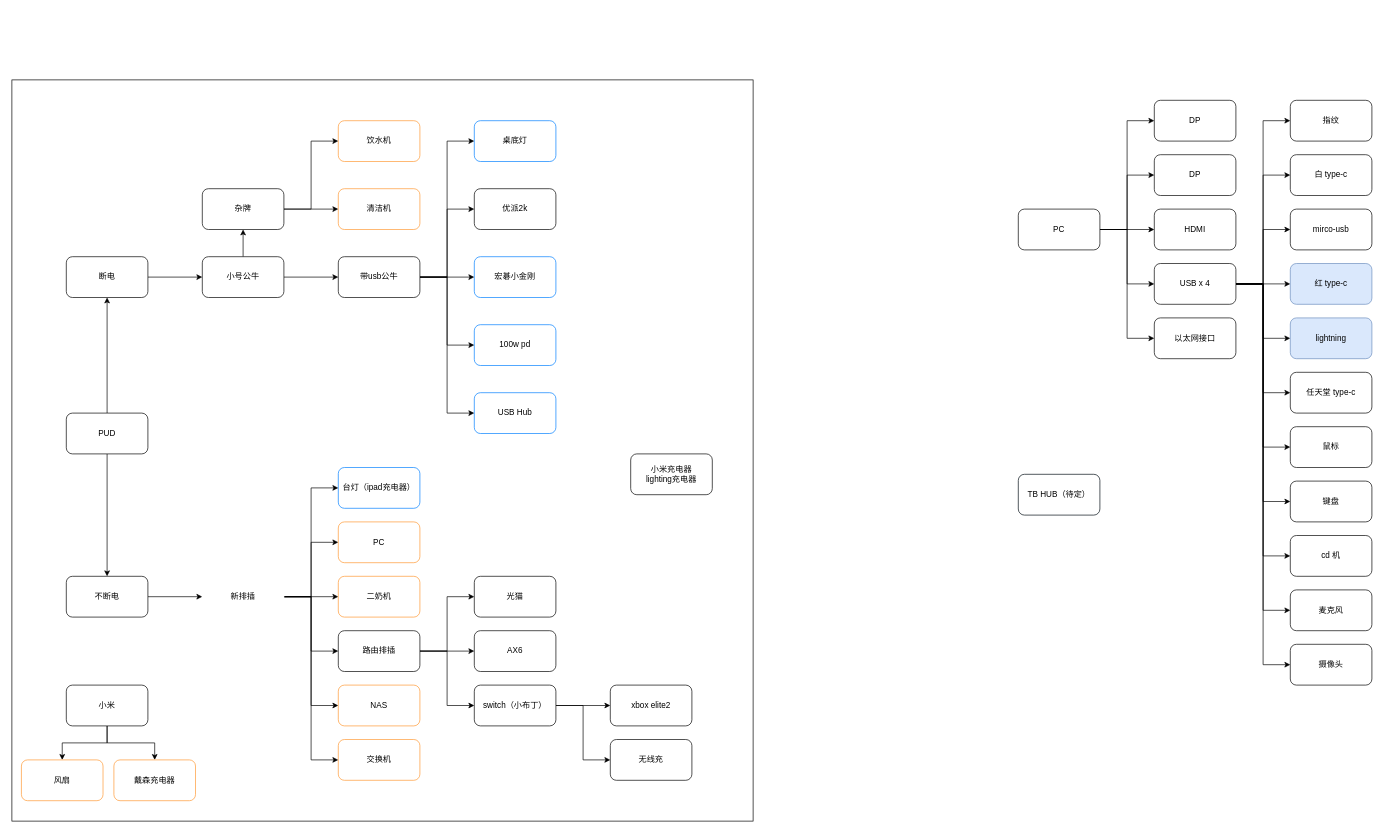
This is 电力改造.drawio from RekiDunois/ImagineThings, a draw.io file, before an edit. Source tidied: cells renumbered, new cells numbered last; positions are measured from the earlier drawing's top-left corner, leaving out a move shared by most shapes. Both pictures are drawn from the tidied source at 68%, with x=0, y=0 at pixel (12, 80).
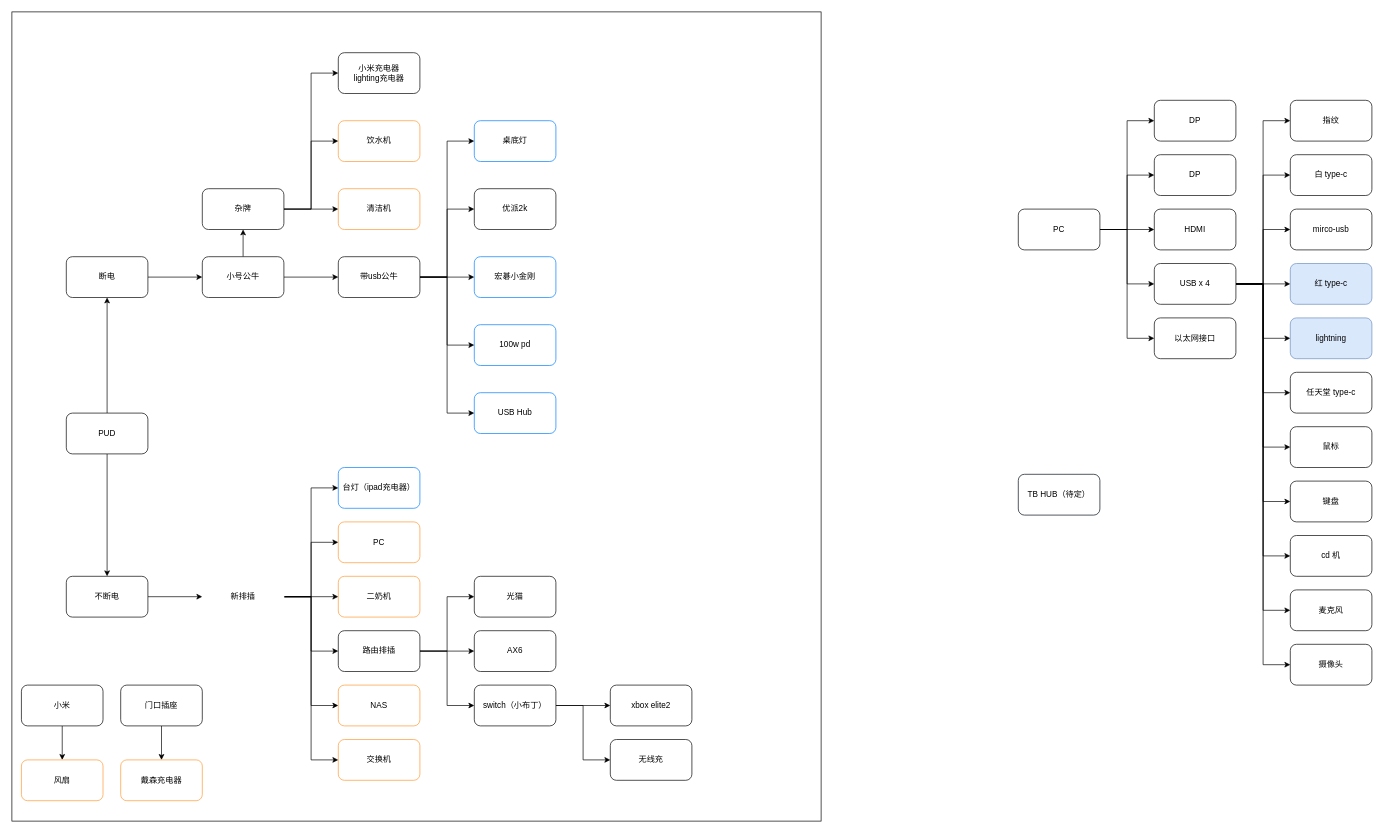
The same page after the edit.

Unchanged cells that the change refers to:
```xml
<mxCell id="22" value="杂牌" style="whiteSpace=wrap;html=1;rounded=1;" parent="1" vertex="1">
  <mxGeometry x="280" y="160" width="120" height="60" as="geometry" />
</mxCell>
```

What changed in the source:
```diff
@@
     <mxCell id="2" style="whiteSpace=wrap;html=1;fillColor=none;" parent="1" vertex="1">
-      <mxGeometry width="1090" height="1090" as="geometry" />
+      <mxGeometry y="-100" width="1190" height="1190" as="geometry" />
     </mxCell>
@@
+    <mxCell id="92" style="edgeStyle=orthogonalEdgeStyle;rounded=0;jettySize=auto;html=1;entryX=0;entryY=0.5;entryDx=0;entryDy=0;" parent="1" edge="1" source="22" target="72">
+      <mxGeometry relative="1" as="geometry" />
+    </mxCell>
@@
-    <mxCell id="24" style="edgeStyle=orthogonalEdgeStyle;rounded=0;jettySize=auto;html=1;entryX=0.5;entryY=0;entryDx=0;entryDy=0;" parent="1" edge="1" source="25" target="35">
-      <mxGeometry relative="1" as="geometry" />
-    </mxCell>
     <mxCell id="25" value="小米" style="whiteSpace=wrap;html=1;rounded=1;" parent="1" vertex="1">
-      <mxGeometry x="80" y="890" width="120" height="60" as="geometry" />
+      <mxGeometry x="14" y="890" width="120" height="60" as="geometry" />
     </mxCell>
@@
     <mxCell id="35" value="戴森充电器" style="whiteSpace=wrap;html=1;rounded=1;strokeColor=#FF9933;" parent="1" vertex="1">
-      <mxGeometry x="150" y="1000" width="120" height="60" as="geometry" />
+      <mxGeometry x="160" y="1000" width="120" height="60" as="geometry" />
     </mxCell>
@@
     <mxCell id="72" value="小米充电器&lt;br&gt;lighting充电器" style="rounded=1;whiteSpace=wrap;html=1;" parent="1" vertex="1">
-      <mxGeometry x="910" y="550" width="120" height="60" as="geometry" />
+      <mxGeometry x="480" y="-40" width="120" height="60" as="geometry" />
     </mxCell>
@@
+    <mxCell id="93" style="edgeStyle=orthogonalEdgeStyle;rounded=0;jettySize=auto;html=1;" parent="1" edge="1" source="94" target="35">
+      <mxGeometry relative="1" as="geometry" />
+    </mxCell>
+    <mxCell id="94" value="门口插座" style="rounded=1;whiteSpace=wrap;html=1;" parent="1" vertex="1">
+      <mxGeometry x="160" y="890" width="120" height="60" as="geometry" />
+    </mxCell>
```
